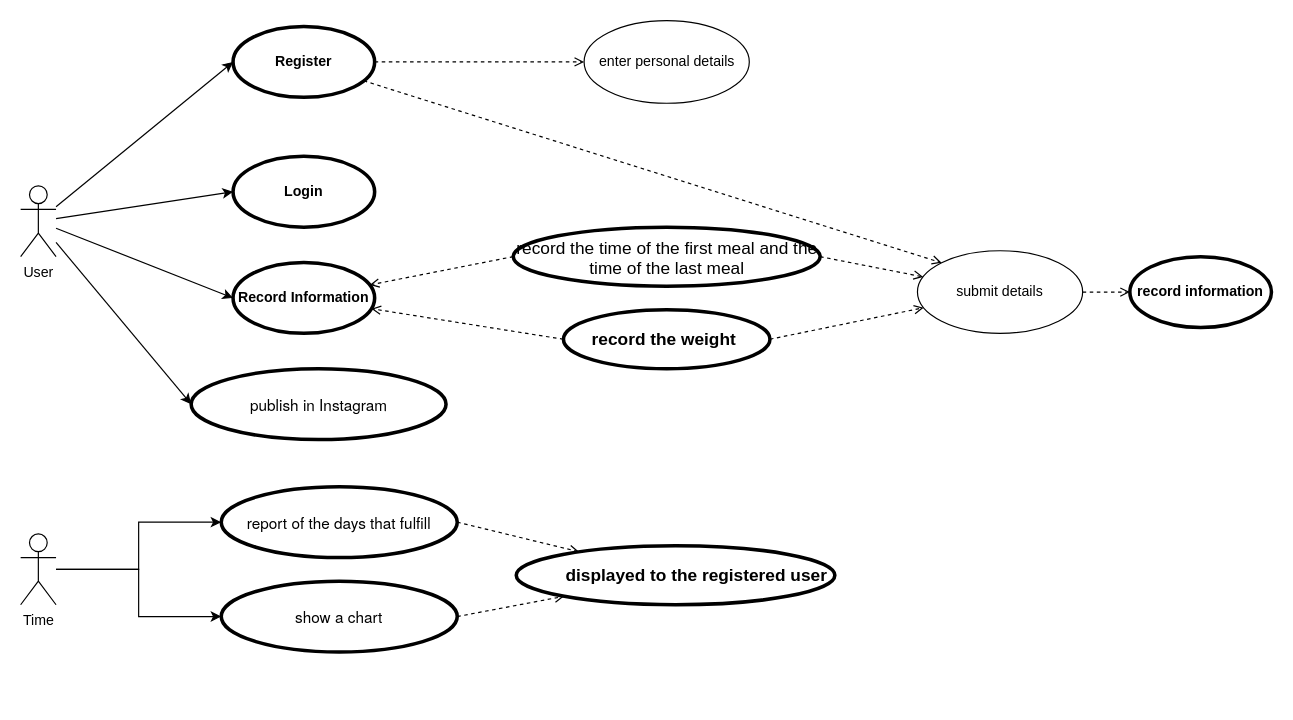
Earlier version of the draw.io diagram 绘图.drawio (Adamlixi/adamblog.github.io). Source tidied: cells renumbered, new cells numbered last; positions are measured from the earlier drawing's top-left corner, leaving out a move shared by most shapes. Both pictures are drawn from the tidied source at 118%, with x=0, y=0 at pixel (20, 20).
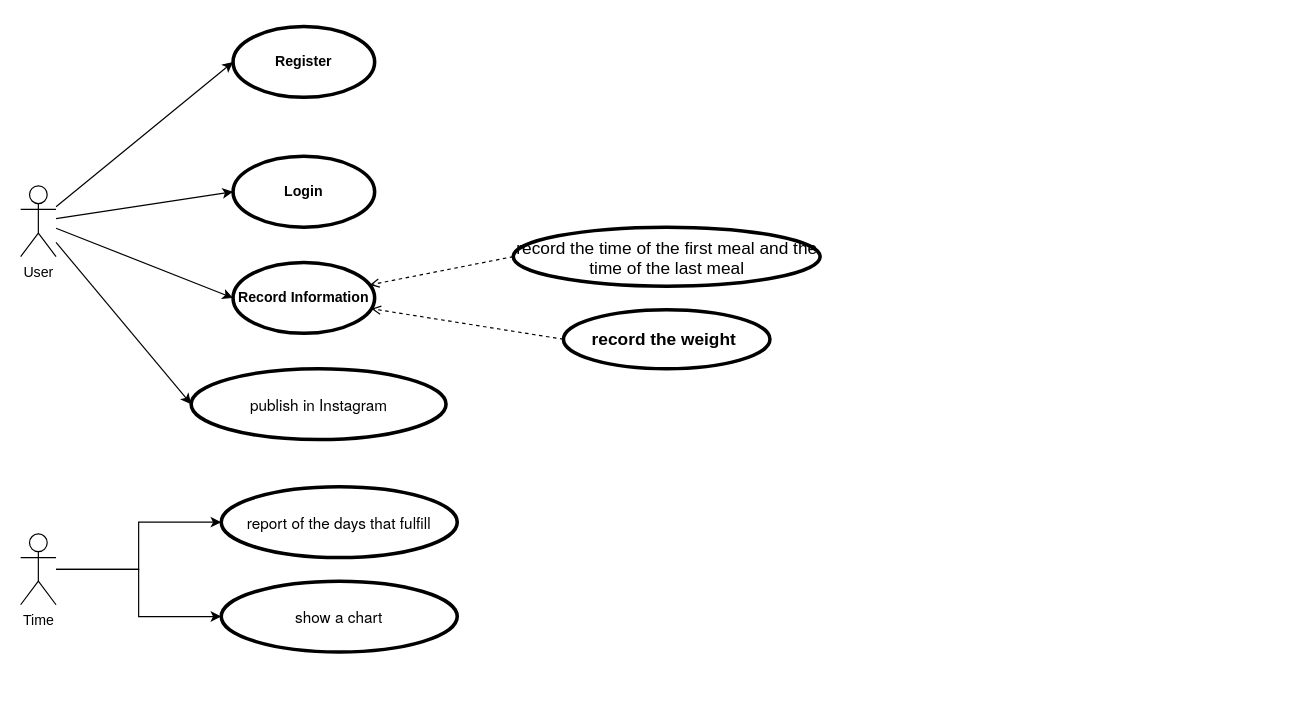
After the change.

Unchanged cells that the change refers to:
```xml
<mxCell id="12" value="Register" style="shape=ellipse;html=1;strokeWidth=3;fontStyle=1;whiteSpace=wrap;align=center;perimeter=ellipsePerimeter;" parent="1" vertex="1">
  <mxGeometry x="180" y="5" width="120" height="60" as="geometry" />
</mxCell>
<mxCell id="15" value="&lt;span style=&quot;font-weight: 400; background-color: initial; font-family: TimesNewRomanPSMT; font-size: 11pt;&quot;&gt;&lt;br&gt;record the time of the first meal and the time of the&amp;nbsp;&lt;/span&gt;&lt;span style=&quot;font-weight: 400; background-color: initial; font-family: TimesNewRomanPSMT; font-size: 11pt;&quot;&gt;last meal&lt;/span&gt;&lt;br&gt;&lt;div style=&quot;font-weight: 400;&quot; title=&quot;Page 1&quot; class=&quot;page&quot;&gt;&lt;div class=&quot;layoutArea&quot;&gt;&lt;br&gt;&lt;/div&gt;&lt;/div&gt;" style="shape=ellipse;html=1;strokeWidth=3;fontStyle=1;whiteSpace=wrap;align=center;perimeter=ellipsePerimeter;" parent="1" vertex="1">
  <mxGeometry x="417.5" y="175" width="260" height="50" as="geometry" />
</mxCell>
<mxCell id="17" value="&lt;p style=&quot;margin: 0px; font-variant-numeric: normal; font-variant-east-asian: normal; font-weight: 400; font-stretch: normal; font-size: 13px; line-height: normal; font-family: &amp;quot;Helvetica Neue&amp;quot;; text-align: start;&quot; class=&quot;p1&quot;&gt;report of the days that fulfill&lt;/p&gt;" style="shape=ellipse;html=1;strokeWidth=3;fontStyle=1;whiteSpace=wrap;align=center;perimeter=ellipsePerimeter;" parent="1" vertex="1">
  <mxGeometry x="170" y="395" width="200" height="60" as="geometry" />
</mxCell>
<mxCell id="20" value="&lt;p style=&quot;margin: 0px; font-variant-numeric: normal; font-variant-east-asian: normal; font-weight: 400; font-stretch: normal; font-size: 13px; line-height: normal; font-family: &amp;quot;Helvetica Neue&amp;quot;; text-align: start;&quot; class=&quot;p1&quot;&gt;show a chart&lt;/p&gt;" style="shape=ellipse;html=1;strokeWidth=3;fontStyle=1;whiteSpace=wrap;align=center;perimeter=ellipsePerimeter;" parent="1" vertex="1">
  <mxGeometry x="170" y="475" width="200" height="60" as="geometry" />
</mxCell>
<mxCell id="26" value="&lt;br&gt;  &lt;br&gt; &lt;br&gt;&lt;span style=&quot;font-family: TimesNewRomanPSMT; font-size: 11pt; background-color: initial;&quot;&gt;&lt;br&gt;&lt;br&gt;&lt;br&gt;record the weight&amp;nbsp;&lt;/span&gt;&lt;br&gt;&lt;div title=&quot;Page 1&quot; class=&quot;page&quot;&gt;&lt;div class=&quot;layoutArea&quot;&gt;&lt;div class=&quot;column&quot;&gt;&lt;ol style=&quot;list-style-type: none&quot;&gt;&lt;li&gt;&lt;br&gt;      &lt;/li&gt;&lt;br&gt;     &lt;/ol&gt;&lt;br&gt;    &lt;/div&gt;&lt;br&gt;   &lt;/div&gt;&lt;br&gt;  &lt;/div&gt;" style="shape=ellipse;html=1;strokeWidth=3;fontStyle=1;whiteSpace=wrap;align=center;perimeter=ellipsePerimeter;" parent="1" vertex="1">
  <mxGeometry x="460" y="245" width="175" height="50" as="geometry" />
</mxCell>
```

The edit, as a diff of the source:
```diff
@@
-    <mxCell id="10" style="html=1;verticalAlign=bottom;labelBackgroundColor=none;endArrow=open;endFill=0;dashed=1;fontFamily=Helvetica;fontSize=11;fontColor=default;align=center;strokeColor=default;edgeStyle=none;entryX=0;entryY=0.5;entryDx=0;entryDy=0;" parent="1" edge="1" source="12" target="21">
-      <mxGeometry relative="1" as="geometry" />
-    </mxCell>
-    <mxCell id="11" style="html=1;verticalAlign=bottom;labelBackgroundColor=none;endArrow=open;endFill=0;dashed=1;fontFamily=Helvetica;fontSize=11;fontColor=default;align=center;strokeColor=default;edgeStyle=none;entryX=0;entryY=0;entryDx=0;entryDy=0;" parent="1" edge="1" source="12" target="23">
-      <mxGeometry relative="1" as="geometry" />
-    </mxCell>
@@
-    <mxCell id="14" style="html=1;verticalAlign=bottom;labelBackgroundColor=none;endArrow=open;endFill=0;dashed=1;fontFamily=Helvetica;fontSize=11;fontColor=default;align=center;strokeColor=default;edgeStyle=none;exitX=1;exitY=0.5;exitDx=0;exitDy=0;" parent="1" edge="1" source="15" target="23">
-      <mxGeometry relative="1" as="geometry" />
-    </mxCell>
@@
-    <mxCell id="16" style="html=1;verticalAlign=bottom;labelBackgroundColor=none;endArrow=open;endFill=0;dashed=1;fontFamily=Helvetica;fontSize=11;fontColor=default;align=center;strokeColor=default;edgeStyle=none;exitX=1;exitY=0.5;exitDx=0;exitDy=0;" parent="1" edge="1" source="17" target="29">
-      <mxGeometry relative="1" as="geometry" />
-    </mxCell>
@@
-    <mxCell id="19" style="html=1;verticalAlign=bottom;labelBackgroundColor=none;endArrow=open;endFill=0;dashed=1;fontFamily=Helvetica;fontSize=11;fontColor=default;align=center;strokeColor=default;edgeStyle=none;exitX=1;exitY=0.5;exitDx=0;exitDy=0;" parent="1" edge="1" source="20" target="29">
-      <mxGeometry relative="1" as="geometry" />
-    </mxCell>
@@
-    <mxCell id="21" value="enter personal details" style="ellipse;whiteSpace=wrap;html=1;" parent="1" vertex="1">
-      <mxGeometry x="477.5" width="140" height="70" as="geometry" />
-    </mxCell>
-    <mxCell id="22" style="html=1;verticalAlign=bottom;labelBackgroundColor=none;endArrow=open;endFill=0;dashed=1;fontFamily=Helvetica;fontSize=11;fontColor=default;align=center;strokeColor=default;edgeStyle=none;entryX=0;entryY=0.5;entryDx=0;entryDy=0;" parent="1" edge="1" source="23" target="30">
-      <mxGeometry relative="1" as="geometry" />
-    </mxCell>
-    <mxCell id="23" value="submit details" style="ellipse;whiteSpace=wrap;html=1;" parent="1" vertex="1">
-      <mxGeometry x="760" y="195" width="140" height="70" as="geometry" />
-    </mxCell>
@@
-    <mxCell id="25" style="html=1;verticalAlign=bottom;labelBackgroundColor=none;endArrow=open;endFill=0;dashed=1;fontFamily=Helvetica;fontSize=11;fontColor=default;align=center;strokeColor=default;edgeStyle=none;exitX=1;exitY=0.5;exitDx=0;exitDy=0;" parent="1" edge="1" source="26" target="23">
-      <mxGeometry relative="1" as="geometry" />
-    </mxCell>
@@
-    <mxCell id="29" value="&lt;br&gt; &lt;br&gt; &lt;br&gt;  &lt;div title=&quot;Page 1&quot; class=&quot;page&quot;&gt;&lt;div class=&quot;layoutArea&quot;&gt;&lt;div class=&quot;column&quot;&gt;&lt;ol style=&quot;list-style-type: none&quot;&gt;&lt;br&gt;      &lt;li&gt;&lt;br&gt;       &lt;p&gt;&lt;span style=&quot;font-size: 11.000000pt; font-family: 'TimesNewRomanPSMT'&quot;&gt;displayed to the registered user&amp;nbsp;&lt;/span&gt;&lt;/p&gt;&lt;br&gt;      &lt;/li&gt;&lt;br&gt;     &lt;/ol&gt;&lt;br&gt;    &lt;/div&gt;&lt;br&gt;   &lt;/div&gt;&lt;br&gt;  &lt;/div&gt;" style="shape=ellipse;html=1;strokeWidth=3;fontStyle=1;whiteSpace=wrap;align=center;perimeter=ellipsePerimeter;" parent="1" vertex="1">
-      <mxGeometry x="420" y="445" width="270" height="50" as="geometry" />
-    </mxCell>
-    <mxCell id="30" value="record information" style="shape=ellipse;html=1;strokeWidth=3;fontStyle=1;whiteSpace=wrap;align=center;perimeter=ellipsePerimeter;" parent="1" vertex="1">
-      <mxGeometry x="940" y="200" width="120" height="60" as="geometry" />
-    </mxCell>
```
